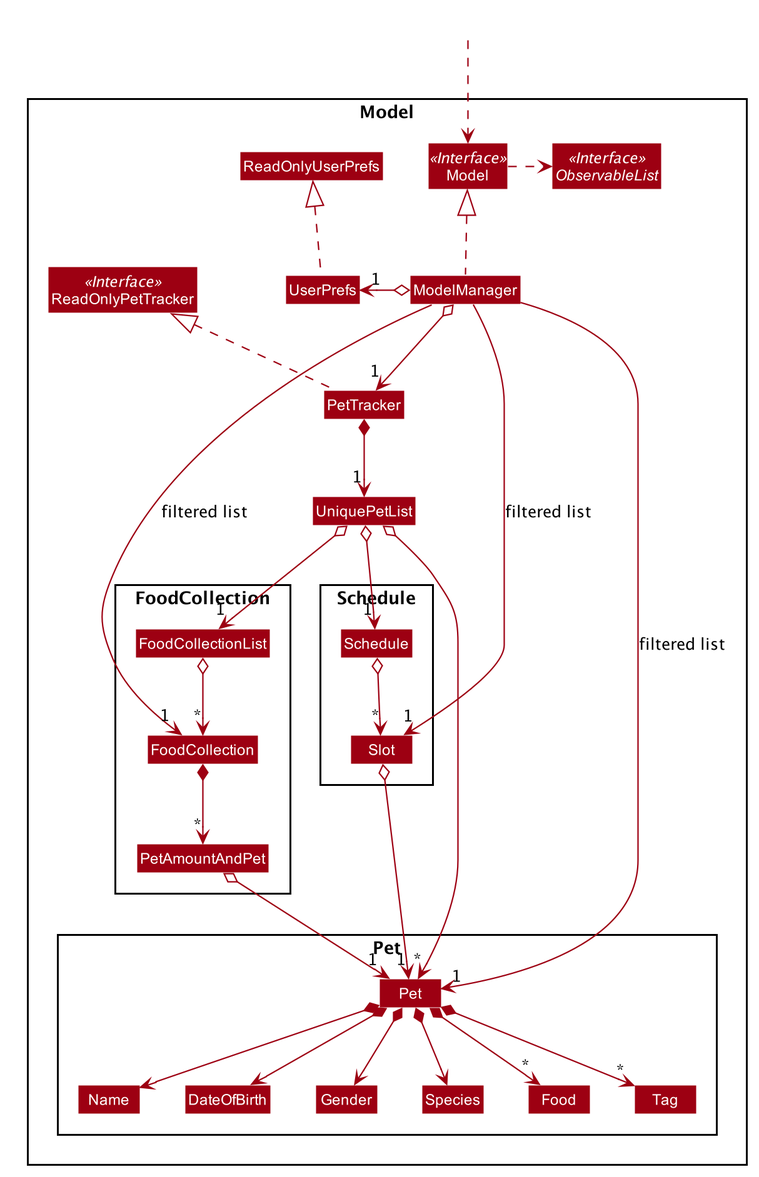
umaikaze/main keeps this PlantUML diagram as docs/images/ModelClassDiagram.png. Above is the earlier version.
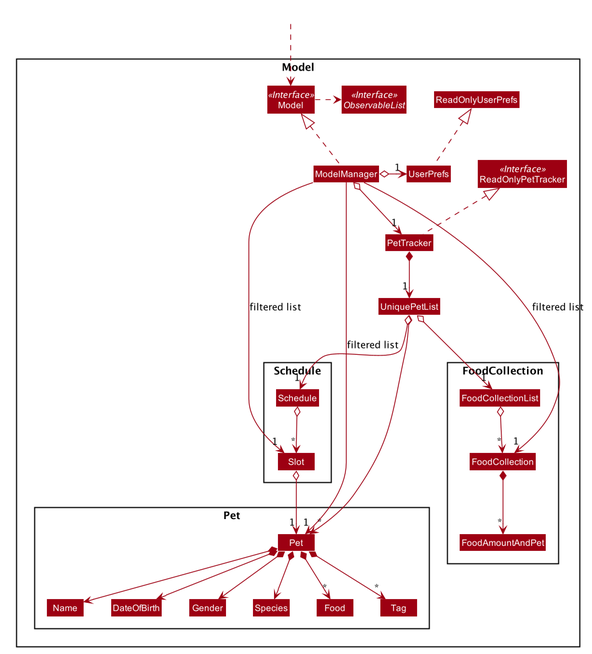
The same file after the commit.

Change to the diagram source:
```diff
@@ -86,7 +86,7 @@
 Package FoodCollection {
 Class FoodCollection
 Class FoodCollectionList
-Class PetAmountAndPet
+Class FoodAmountAndPet
 }
 
 }
@@ -106,8 +106,7 @@
 UniquePetList o--> "*" Pet
 UniquePetList o--> "1" FoodCollectionList
 FoodCollectionList o--> "*" FoodCollection
-FoodCollection *--> "*" PetAmountAndPet
-PetAmountAndPet o--> "1" Pet
+FoodCollection *--> "*" FoodAmountAndPet
 
 Pet *--> Name
 Pet *--> Species
```
